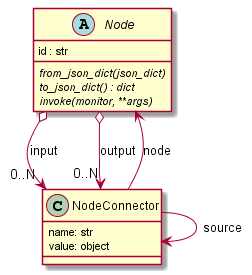
CCI-Tools/cate keeps this PlantUML diagram as doc/source/_static/uml/workflow_node_connector.png. Above is the earlier version.
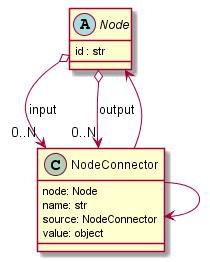
Above is the later version.

Change to the diagram source:
```diff
@@ -3,19 +3,19 @@
 
 abstract class Node {
     id : str
-    {abstract} from_json_dict(json_dict)
-    {abstract} to_json_dict() : dict
-    {abstract} invoke(monitor, **args)
 }
 
 class NodeConnector {
+    node: Node
     name: str
+    source: NodeConnector
     value: object
 }
 
 Node o--> "0..N" NodeConnector : input
 Node o--> "0..N" NodeConnector : output
-NodeConnector --> Node : node
-NodeConnector --> NodeConnector : source
+
+NodeConnector --> NodeConnector
+NodeConnector --> Node
 
 @enduml
```
